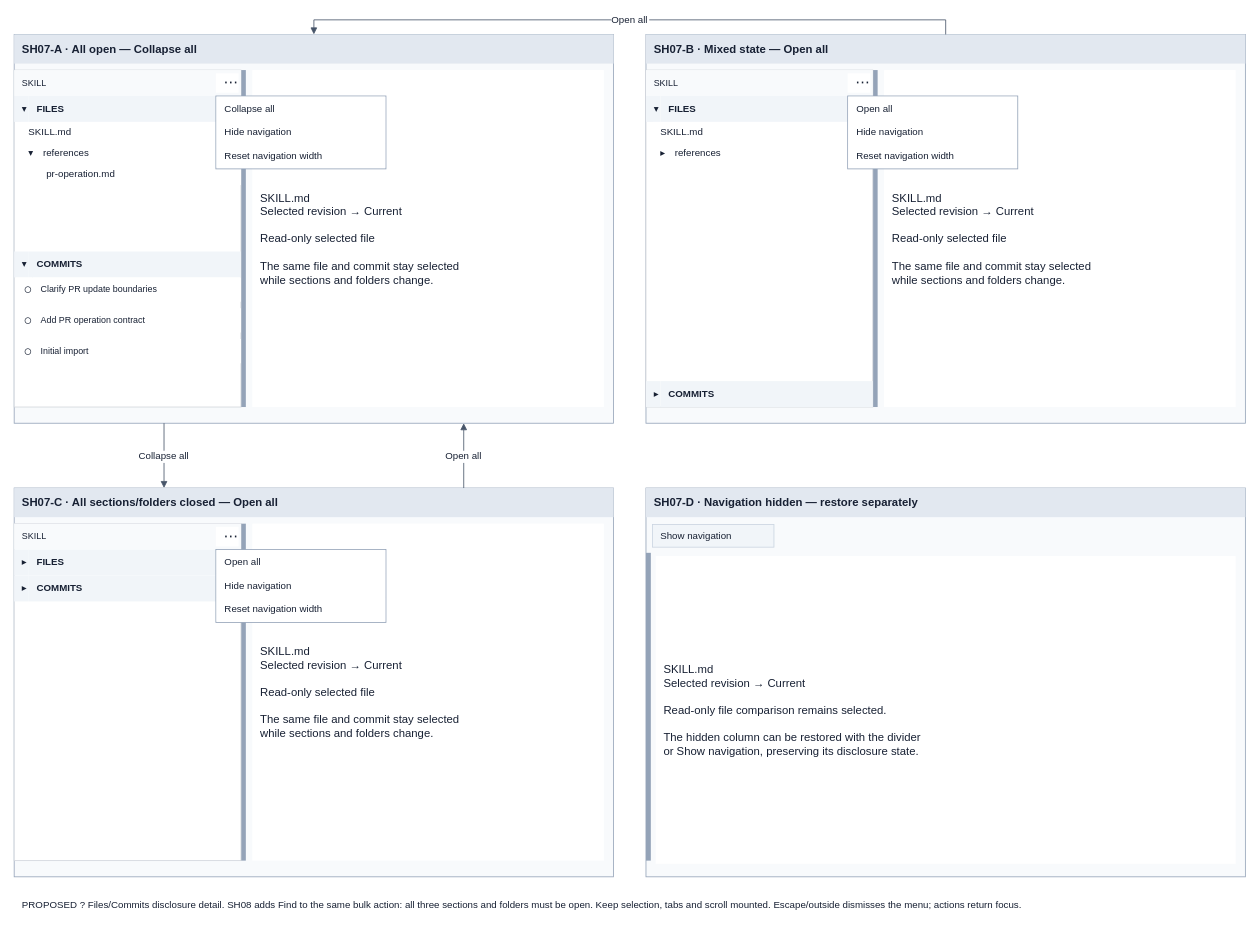
The draw.io diagram page "Skill navigation states" (3 of 6) of projects/laomedo/subsystems/skill-registry/design/skill-files.drawio in amadou-6e/specs, before the edit. Source tidied: cells renumbered, new cells numbered last; positions are measured from the earlier drawing's top-left corner, leaving out a move shared by most shapes. Both pictures are drawn from the tidied source at 81%, with x=0, y=0 at pixel (14, 19).
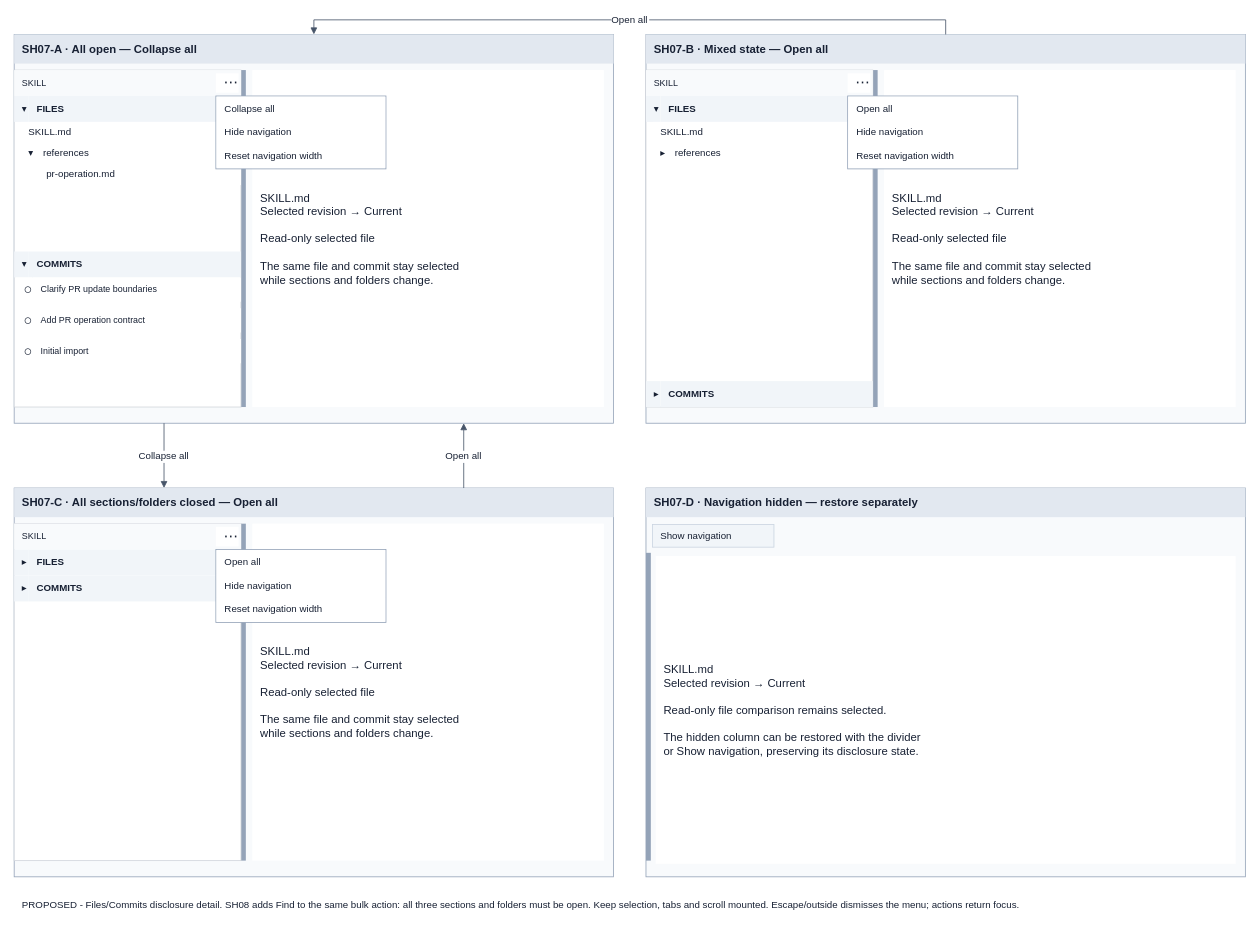
After the change.

Commit message (it also covers changes not shown here):
Align Find contract with working-copy search

The edit, as a diff of the source:
```diff
@@
-    <mxCell id="68" value="PROPOSED ? Files/Commits disclosure detail. SH08 adds Find to the same bulk action: all three sections and folders must be open. Keep selection, tabs and scroll mounted. Escape/outside dismisses the menu; actions return focus." style="rounded=0;whiteSpace=wrap;html=0;align=left;verticalAlign=middle;spacingLeft=8;fontFamily=Arial;fontSize=12;fontColor=#172033;fillColor=#ffffff;strokeColor=none;" parent="1" vertex="1">
+    <mxCell id="68" value="PROPOSED - Files/Commits disclosure detail. SH08 adds Find to the same bulk action: all three sections and folders must be open. Keep selection, tabs and scroll mounted. Escape/outside dismisses the menu; actions return focus." style="rounded=0;whiteSpace=wrap;html=0;align=left;verticalAlign=middle;spacingLeft=8;fontFamily=Arial;fontSize=12;fontColor=#172033;fillColor=#ffffff;strokeColor=none;" parent="1" vertex="1">
       <mxGeometry y="1068" width="1520" height="50" as="geometry" />
     </mxCell>
```
